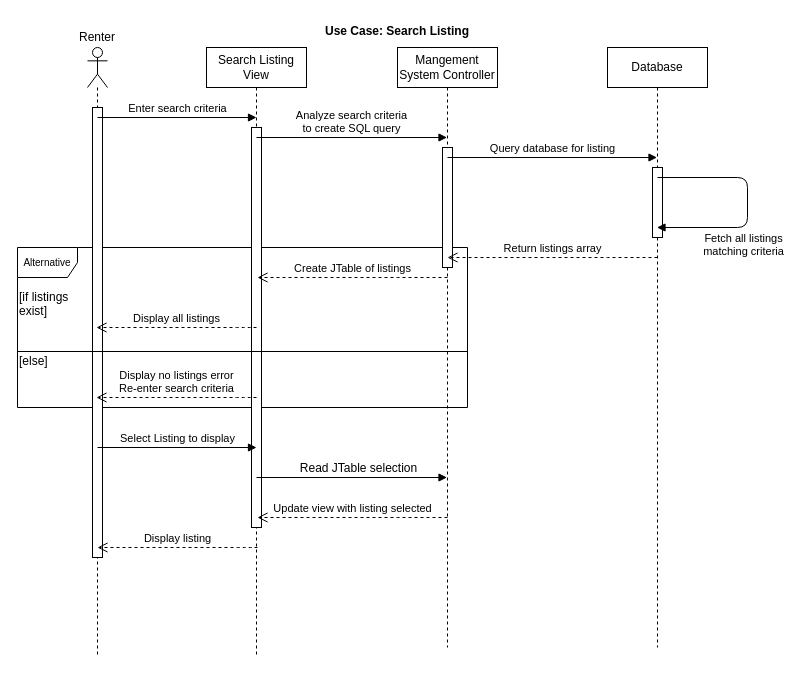
Above: page "Search Listing" (2 of 10) of SequenceDiagrams.drawio in ryan-holt/ENSF480FinalProject (draw.io), before the change. Source tidied: cells renumbered, new cells numbered last; positions are measured from the earlier drawing's top-left corner, leaving out a move shared by most shapes. Both pictures are drawn from the tidied source at 100%, with x=0, y=0 at pixel (17, 17).
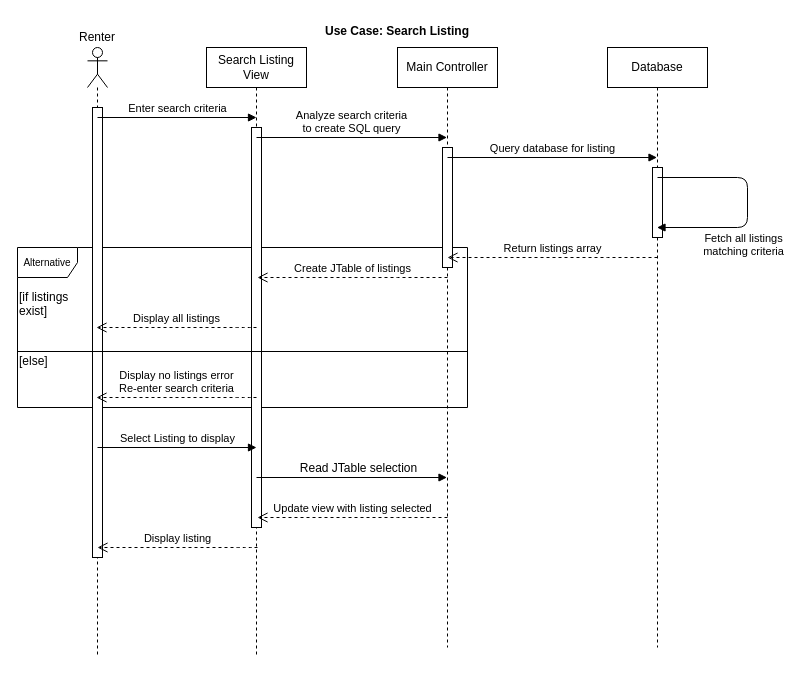
Above is the later version.

Diff of the diagram source:
```diff
@@
-    <mxCell id="5" value="Mangement&lt;br&gt;System Controller" style="shape=umlLifeline;perimeter=lifelinePerimeter;whiteSpace=wrap;html=1;outlineConnect=0;" parent="1" vertex="1">
+    <mxCell id="5" value="Main Controller" style="shape=umlLifeline;perimeter=lifelinePerimeter;whiteSpace=wrap;html=1;outlineConnect=0;" parent="1" vertex="1">
       <mxGeometry x="380" y="30" width="100" height="600" as="geometry" />
     </mxCell>
```
